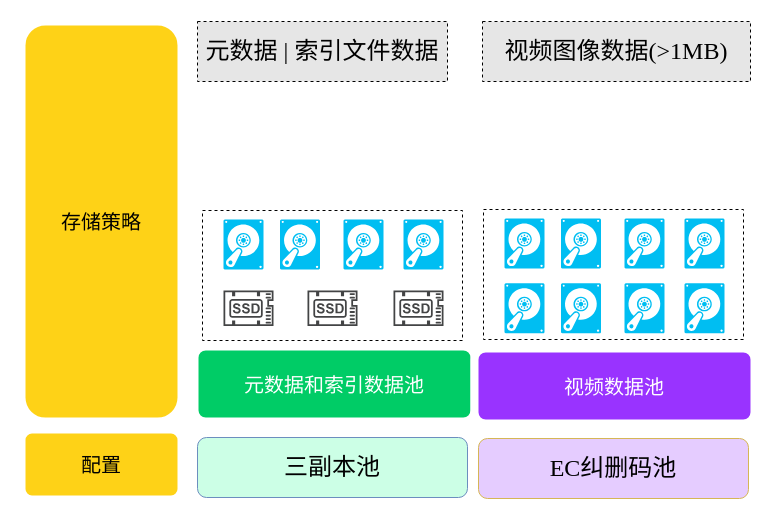
Before: Storage_strategy.drawio in snowolfhawk/ceph-scripts, a draw.io diagram. Source tidied: cells renumbered, new cells numbered last; positions are measured from the earlier drawing's top-left corner, leaving out a move shared by most shapes. Both pictures are drawn from the tidied source at 100%, with x=0, y=0 at pixel (21, 21).
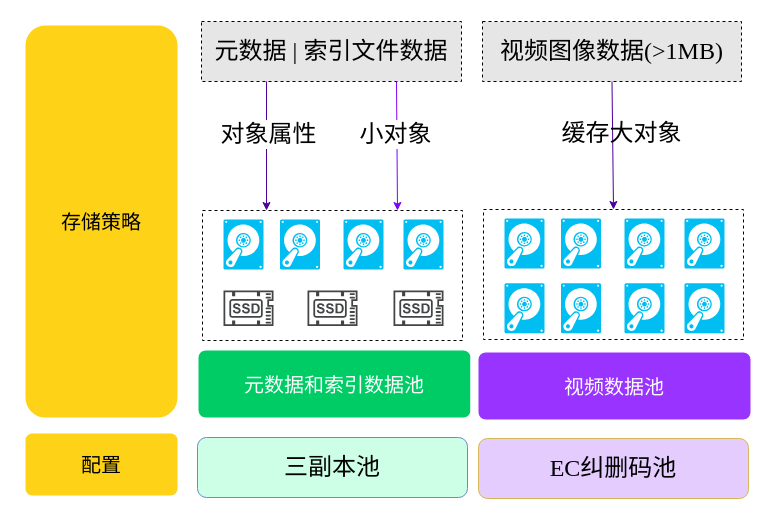
The same diagram, later.

Unchanged cells that the change refers to:
```xml
<mxCell id="2" style="rounded=0;whiteSpace=wrap;html=1;dashed=1;" parent="1" vertex="1">
  <mxGeometry x="181" y="189" width="260" height="130" as="geometry" />
</mxCell>
<mxCell id="15" style="rounded=0;whiteSpace=wrap;html=1;dashed=1;" parent="1" vertex="1">
  <mxGeometry x="462" y="188" width="260" height="130" as="geometry" />
</mxCell>
```

Diff of the diagram source:
```diff
@@
     <mxCell id="25" value="&lt;font color=&quot;#000000&quot;&gt;元数据 |&amp;nbsp;索引文件数据&lt;/font&gt;" style="rounded=0;whiteSpace=wrap;html=1;dashed=1;fontFamily=Times New Roman;fontSize=24;fontColor=#FFFFFF;fillColor=#E6E6E6;" parent="1" vertex="1">
-      <mxGeometry x="176" width="250" height="60" as="geometry" />
+      <mxGeometry x="180" width="260" height="60" as="geometry" />
     </mxCell>
     <mxCell id="26" value="&lt;font color=&quot;#000000&quot;&gt;视频图像数据(&amp;gt;1MB)&lt;/font&gt;" style="rounded=0;whiteSpace=wrap;html=1;dashed=1;fontFamily=Times New Roman;fontSize=24;fontColor=#FFFFFF;fillColor=#E6E6E6;" parent="1" vertex="1">
-      <mxGeometry x="461" width="268" height="60" as="geometry" />
+      <mxGeometry x="461" width="259" height="60" as="geometry" />
     </mxCell>
+    <mxCell id="27" style="endArrow=classic;html=1;rounded=0;fontFamily=Times New Roman;fontSize=24;fontColor=#000000;entryX=0.25;entryY=0;entryDx=0;entryDy=0;strokeColor=#4C0099;" parent="1" edge="1">
+      <mxGeometry relative="1" as="geometry">
+        <mxPoint x="245" y="60" as="sourcePoint" />
+        <mxPoint x="245" y="189" as="targetPoint" />
+      </mxGeometry>
+    </mxCell>
+    <mxCell id="28" value="对象属性" style="edgeLabel;html=1;align=center;verticalAlign=middle;fontSize=24;fontFamily=Times New Roman;fontColor=#000000;" parent="27" vertex="1">
+      <mxGeometry x="-0.55" y="2" relative="1" as="geometry">
+        <mxPoint x="-1" y="23" as="offset" />
+      </mxGeometry>
+    </mxCell>
+    <mxCell id="29" style="endArrow=classic;html=1;rounded=0;fontFamily=Times New Roman;fontSize=24;fontColor=#000000;exitX=0.75;exitY=1;exitDx=0;exitDy=0;entryX=0.75;entryY=0;entryDx=0;entryDy=0;strokeColor=#7F00FF;" parent="1" edge="1" source="25" target="2">
+      <mxGeometry relative="1" as="geometry" />
+    </mxCell>
+    <mxCell id="30" value="小对象" style="edgeLabel;html=1;align=center;verticalAlign=middle;fontSize=24;fontFamily=Times New Roman;fontColor=#000000;" parent="29" vertex="1">
+      <mxGeometry x="-0.34" y="-2" relative="1" as="geometry">
+        <mxPoint y="9" as="offset" />
+      </mxGeometry>
+    </mxCell>
+    <mxCell id="31" style="endArrow=classic;html=1;rounded=0;fontFamily=Times New Roman;fontSize=24;fontColor=#000000;strokeColor=#4C0099;exitX=0.5;exitY=1;exitDx=0;exitDy=0;entryX=0.5;entryY=0;entryDx=0;entryDy=0;" parent="1" edge="1" source="26" target="15">
+      <mxGeometry relative="1" as="geometry" />
+    </mxCell>
+    <mxCell id="32" value="缓存大对象" style="text;html=1;align=center;verticalAlign=middle;strokeColor=none;fillColor=none;fontSize=24;fontFamily=Times New Roman;fontColor=#000000;" parent="1" vertex="1">
+      <mxGeometry x="530" y="97" width="140" height="30" as="geometry" />
+    </mxCell>
```
